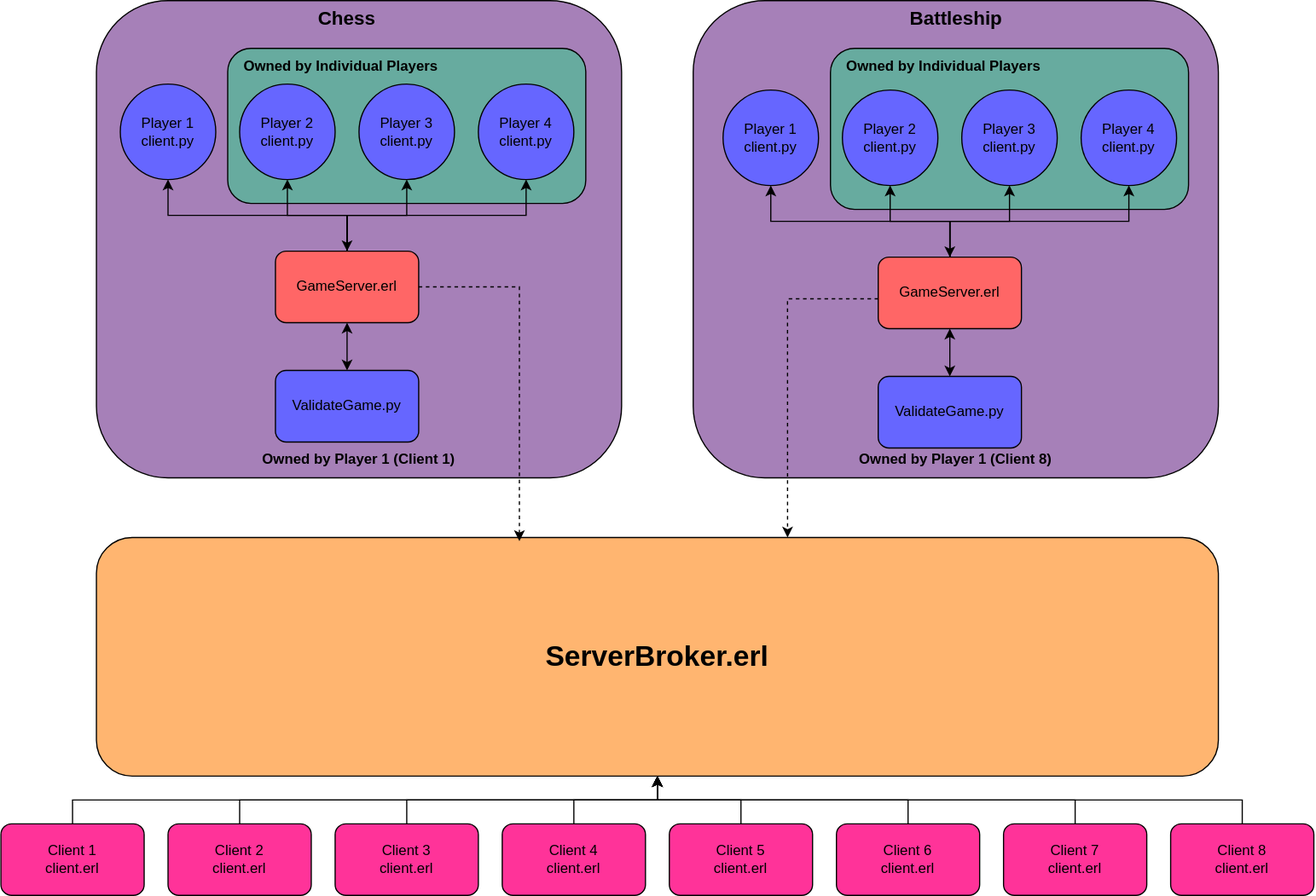
Before: topology/HalligameTopology.drawio.svg, a diagram exported from draw.io (cole-glotfelty/Halligame). Source tidied: cells renumbered, new cells last; positions are measured from the earlier drawing's top-left corner, leaving out a move shared by most shapes.
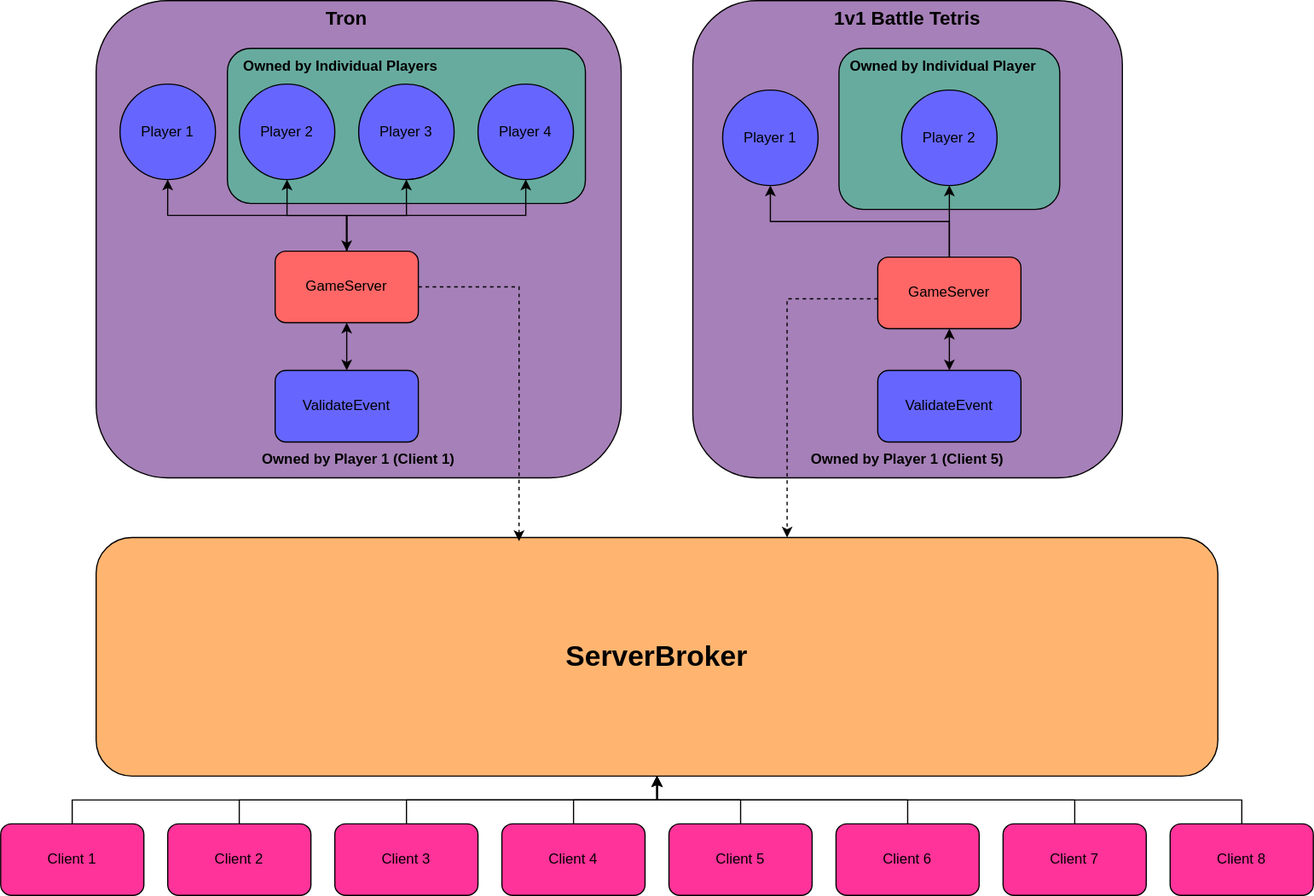
Later version of the same file.

Commit message:
class diagrams

Diff of the diagram source:
```diff
@@ -3,7 +3,7 @@
     <mxCell id="0" />
     <mxCell id="1" parent="0" />
     <mxCell id="2" style="rounded=1;whiteSpace=wrap;html=1;fillColor=#A680B8;" parent="1" vertex="1">
-      <mxGeometry x="580" width="440" height="400" as="geometry" />
+      <mxGeometry x="580" width="360" height="400" as="geometry" />
     </mxCell>
     <mxCell id="3" style="rounded=1;whiteSpace=wrap;html=1;fillColor=#A680B8;align=center;" parent="1" vertex="1">
       <mxGeometry x="80" width="440" height="400" as="geometry" />
@@ -23,64 +23,52 @@
     <mxCell id="8" style="edgeStyle=orthogonalEdgeStyle;rounded=0;jettySize=auto;html=1;exitX=0.5;exitY=0;exitDx=0;exitDy=0;entryX=0.5;entryY=1;entryDx=0;entryDy=0;startArrow=classic;startFill=1;" parent="1" edge="1" source="9" target="15">
       <mxGeometry relative="1" as="geometry" />
     </mxCell>
-    <mxCell id="9" value="GameServer.erl" style="rounded=1;whiteSpace=wrap;html=1;fillColor=#FF6666;" parent="1" vertex="1">
+    <mxCell id="9" value="GameServer" style="rounded=1;whiteSpace=wrap;html=1;fillColor=#FF6666;" parent="1" vertex="1">
       <mxGeometry x="230" y="210" width="120" height="60" as="geometry" />
     </mxCell>
     <mxCell id="10" style="edgeStyle=orthogonalEdgeStyle;rounded=0;jettySize=auto;html=1;entryX=0.5;entryY=1;entryDx=0;entryDy=0;startArrow=classic;startFill=1;" parent="1" edge="1" source="11" target="9">
       <mxGeometry relative="1" as="geometry" />
     </mxCell>
-    <mxCell id="11" value="ValidateGame.py" style="rounded=1;whiteSpace=wrap;html=1;fillColor=#6666FF;" parent="1" vertex="1">
+    <mxCell id="11" value="ValidateEvent" style="rounded=1;whiteSpace=wrap;html=1;fillColor=#6666FF;" parent="1" vertex="1">
       <mxGeometry x="230" y="310" width="120" height="60" as="geometry" />
     </mxCell>
-    <mxCell id="12" value="Player 1&lt;div&gt;client.py&lt;/div&gt;" style="ellipse;whiteSpace=wrap;html=1;fillColor=#6666FF;" parent="1" vertex="1">
+    <mxCell id="12" value="Player 1" style="ellipse;whiteSpace=wrap;html=1;fillColor=#6666FF;" parent="1" vertex="1">
       <mxGeometry x="100" y="70" width="80" height="80" as="geometry" />
     </mxCell>
-    <mxCell id="13" value="Player 2&lt;div&gt;client.py&lt;/div&gt;" style="ellipse;whiteSpace=wrap;html=1;fillColor=#6666FF;" parent="1" vertex="1">
+    <mxCell id="13" value="Player 2" style="ellipse;whiteSpace=wrap;html=1;fillColor=#6666FF;" parent="1" vertex="1">
       <mxGeometry x="200" y="70" width="80" height="80" as="geometry" />
     </mxCell>
-    <mxCell id="14" value="Player 3&lt;div&gt;client.py&lt;/div&gt;" style="ellipse;whiteSpace=wrap;html=1;fillColor=#6666FF;" parent="1" vertex="1">
+    <mxCell id="14" value="Player 3" style="ellipse;whiteSpace=wrap;html=1;fillColor=#6666FF;" parent="1" vertex="1">
       <mxGeometry x="300" y="70" width="80" height="80" as="geometry" />
     </mxCell>
-    <mxCell id="15" value="Player 4&lt;div&gt;client.py&lt;/div&gt;" style="ellipse;whiteSpace=wrap;html=1;fillColor=#6666FF;" parent="1" vertex="1">
+    <mxCell id="15" value="Player 4" style="ellipse;whiteSpace=wrap;html=1;fillColor=#6666FF;" parent="1" vertex="1">
       <mxGeometry x="400" y="70" width="80" height="80" as="geometry" />
     </mxCell>
     <mxCell id="16" style="rounded=1;whiteSpace=wrap;html=1;fillColor=#67AB9F;" parent="1" vertex="1">
-      <mxGeometry x="695" y="40" width="300" height="135" as="geometry" />
+      <mxGeometry x="702.5" y="40" width="185" height="135" as="geometry" />
     </mxCell>
-    <mxCell id="17" style="edgeStyle=orthogonalEdgeStyle;rounded=0;jettySize=auto;html=1;entryX=0.5;entryY=1;entryDx=0;entryDy=0;" parent="1" edge="1" source="21" target="26">
-      <mxGeometry relative="1" as="geometry" />
-    </mxCell>
     <mxCell id="18" style="edgeStyle=orthogonalEdgeStyle;rounded=0;jettySize=auto;html=1;entryX=0.5;entryY=1;entryDx=0;entryDy=0;" parent="1" edge="1" source="21" target="25">
       <mxGeometry relative="1" as="geometry" />
     </mxCell>
     <mxCell id="19" style="edgeStyle=orthogonalEdgeStyle;rounded=0;jettySize=auto;html=1;exitX=0.5;exitY=0;exitDx=0;exitDy=0;entryX=0.5;entryY=1;entryDx=0;entryDy=0;" parent="1" edge="1" source="21" target="24">
       <mxGeometry relative="1" as="geometry" />
     </mxCell>
-    <mxCell id="20" style="edgeStyle=orthogonalEdgeStyle;rounded=0;jettySize=auto;html=1;exitX=0.5;exitY=0;exitDx=0;exitDy=0;entryX=0.5;entryY=1;entryDx=0;entryDy=0;startArrow=classic;startFill=1;" parent="1" edge="1" source="21" target="27">
-      <mxGeometry relative="1" as="geometry" />
-    </mxCell>
-    <mxCell id="21" value="GameServer.erl" style="rounded=1;whiteSpace=wrap;html=1;fillColor=#FF6666;" parent="1" vertex="1">
+    <mxCell id="21" value="GameServer" style="rounded=1;whiteSpace=wrap;html=1;fillColor=#FF6666;" parent="1" vertex="1">
       <mxGeometry x="735" y="215" width="120" height="60" as="geometry" />
     </mxCell>
     <mxCell id="22" style="edgeStyle=orthogonalEdgeStyle;rounded=0;jettySize=auto;html=1;entryX=0.5;entryY=1;entryDx=0;entryDy=0;startArrow=classic;startFill=1;" parent="1" edge="1" source="23" target="21">
       <mxGeometry relative="1" as="geometry" />
     </mxCell>
-    <mxCell id="23" value="ValidateGame.py" style="rounded=1;whiteSpace=wrap;html=1;fillColor=#6666FF;" parent="1" vertex="1">
-      <mxGeometry x="735" y="315" width="120" height="60" as="geometry" />
+    <mxCell id="23" value="ValidateEvent" style="rounded=1;whiteSpace=wrap;html=1;fillColor=#6666FF;" parent="1" vertex="1">
+      <mxGeometry x="735" y="310" width="120" height="60" as="geometry" />
     </mxCell>
-    <mxCell id="24" value="Player 1&lt;div&gt;client.py&lt;/div&gt;" style="ellipse;whiteSpace=wrap;html=1;fillColor=#6666FF;" parent="1" vertex="1">
+    <mxCell id="24" value="Player 1" style="ellipse;whiteSpace=wrap;html=1;fillColor=#6666FF;" parent="1" vertex="1">
       <mxGeometry x="605" y="75" width="80" height="80" as="geometry" />
     </mxCell>
-    <mxCell id="25" value="Player 2&lt;div&gt;client.py&lt;/div&gt;" style="ellipse;whiteSpace=wrap;html=1;fillColor=#6666FF;" parent="1" vertex="1">
-      <mxGeometry x="705" y="75" width="80" height="80" as="geometry" />
+    <mxCell id="25" value="Player 2" style="ellipse;whiteSpace=wrap;html=1;fillColor=#6666FF;" parent="1" vertex="1">
+      <mxGeometry x="755" y="75" width="80" height="80" as="geometry" />
     </mxCell>
-    <mxCell id="26" value="Player 3&lt;div&gt;client.py&lt;/div&gt;" style="ellipse;whiteSpace=wrap;html=1;fillColor=#6666FF;" parent="1" vertex="1">
-      <mxGeometry x="805" y="75" width="80" height="80" as="geometry" />
-    </mxCell>
-    <mxCell id="27" value="Player 4&lt;div&gt;client.py&lt;/div&gt;" style="ellipse;whiteSpace=wrap;html=1;fillColor=#6666FF;" parent="1" vertex="1">
-      <mxGeometry x="905" y="75" width="80" height="80" as="geometry" />
-    </mxCell>
-    <mxCell id="28" value="&lt;font style=&quot;font-size: 24px;&quot;&gt;&lt;b&gt;ServerBroker.erl&lt;/b&gt;&lt;/font&gt;" style="rounded=1;whiteSpace=wrap;html=1;fillColor=#FFB570;" parent="1" vertex="1">
+    <mxCell id="28" value="&lt;font style=&quot;font-size: 24px;&quot;&gt;&lt;b&gt;ServerBroker&lt;/b&gt;&lt;/font&gt;" style="rounded=1;whiteSpace=wrap;html=1;fillColor=#FFB570;" parent="1" vertex="1">
       <mxGeometry x="80" y="450" width="940" height="200" as="geometry" />
     </mxCell>
     <mxCell id="29" style="edgeStyle=orthogonalEdgeStyle;rounded=0;jettySize=auto;html=1;entryX=0.616;entryY=0;entryDx=0;entryDy=0;entryPerimeter=0;dashed=1;" parent="1" edge="1" source="21" target="28">
@@ -100,68 +88,68 @@
     <mxCell id="31" style="edgeStyle=orthogonalEdgeStyle;rounded=0;jettySize=auto;html=1;" parent="1" edge="1" source="32" target="28">
       <mxGeometry relative="1" as="geometry" />
     </mxCell>
-    <mxCell id="32" value="Client 1&lt;div&gt;client.erl&lt;/div&gt;" style="rounded=1;whiteSpace=wrap;html=1;fillColor=#FF3399;" parent="1" vertex="1">
+    <mxCell id="32" value="Client 1" style="rounded=1;whiteSpace=wrap;html=1;fillColor=#FF3399;" parent="1" vertex="1">
       <mxGeometry y="690" width="120" height="60" as="geometry" />
     </mxCell>
     <mxCell id="33" style="edgeStyle=orthogonalEdgeStyle;rounded=0;jettySize=auto;html=1;entryX=0.5;entryY=1;entryDx=0;entryDy=0;" parent="1" edge="1" source="34" target="28">
       <mxGeometry relative="1" as="geometry" />
     </mxCell>
-    <mxCell id="34" value="Client 2&lt;div&gt;client.erl&lt;/div&gt;" style="rounded=1;whiteSpace=wrap;html=1;fillColor=#FF3399;" parent="1" vertex="1">
+    <mxCell id="34" value="Client 2" style="rounded=1;whiteSpace=wrap;html=1;fillColor=#FF3399;" parent="1" vertex="1">
       <mxGeometry x="140" y="690" width="120" height="60" as="geometry" />
     </mxCell>
     <mxCell id="35" style="edgeStyle=orthogonalEdgeStyle;rounded=0;jettySize=auto;html=1;entryX=0.5;entryY=1;entryDx=0;entryDy=0;" parent="1" edge="1" source="36" target="28">
       <mxGeometry relative="1" as="geometry" />
     </mxCell>
-    <mxCell id="36" value="Client 3&lt;div&gt;client.erl&lt;/div&gt;" style="rounded=1;whiteSpace=wrap;html=1;fillColor=#FF3399;" parent="1" vertex="1">
+    <mxCell id="36" value="Client 3" style="rounded=1;whiteSpace=wrap;html=1;fillColor=#FF3399;" parent="1" vertex="1">
       <mxGeometry x="280" y="690" width="120" height="60" as="geometry" />
     </mxCell>
     <mxCell id="37" style="edgeStyle=orthogonalEdgeStyle;rounded=0;jettySize=auto;html=1;entryX=0.5;entryY=1;entryDx=0;entryDy=0;" parent="1" edge="1" source="38" target="28">
       <mxGeometry relative="1" as="geometry" />
     </mxCell>
-    <mxCell id="38" value="Client 4&lt;div&gt;client.erl&lt;/div&gt;" style="rounded=1;whiteSpace=wrap;html=1;fillColor=#FF3399;" parent="1" vertex="1">
+    <mxCell id="38" value="Client 4" style="rounded=1;whiteSpace=wrap;html=1;fillColor=#FF3399;" parent="1" vertex="1">
       <mxGeometry x="420" y="690" width="120" height="60" as="geometry" />
     </mxCell>
     <mxCell id="39" style="edgeStyle=orthogonalEdgeStyle;rounded=0;jettySize=auto;html=1;entryX=0.5;entryY=1;entryDx=0;entryDy=0;" parent="1" edge="1" source="40" target="28">
       <mxGeometry relative="1" as="geometry" />
     </mxCell>
-    <mxCell id="40" value="Client 5&lt;div&gt;client.erl&lt;/div&gt;" style="rounded=1;whiteSpace=wrap;html=1;fillColor=#FF3399;" parent="1" vertex="1">
+    <mxCell id="40" value="Client 5" style="rounded=1;whiteSpace=wrap;html=1;fillColor=#FF3399;" parent="1" vertex="1">
       <mxGeometry x="560" y="690" width="120" height="60" as="geometry" />
     </mxCell>
     <mxCell id="41" style="edgeStyle=orthogonalEdgeStyle;rounded=0;jettySize=auto;html=1;entryX=0.5;entryY=1;entryDx=0;entryDy=0;" parent="1" edge="1" source="42" target="28">
       <mxGeometry relative="1" as="geometry" />
     </mxCell>
-    <mxCell id="42" value="Client 6&lt;div&gt;client.erl&lt;/div&gt;" style="rounded=1;whiteSpace=wrap;html=1;fillColor=#FF3399;" parent="1" vertex="1">
+    <mxCell id="42" value="Client 6" style="rounded=1;whiteSpace=wrap;html=1;fillColor=#FF3399;" parent="1" vertex="1">
       <mxGeometry x="700" y="690" width="120" height="60" as="geometry" />
     </mxCell>
     <mxCell id="43" style="edgeStyle=orthogonalEdgeStyle;rounded=0;jettySize=auto;html=1;entryX=0.5;entryY=1;entryDx=0;entryDy=0;" parent="1" edge="1" source="44" target="28">
       <mxGeometry relative="1" as="geometry" />
     </mxCell>
-    <mxCell id="44" value="Client 7&lt;div&gt;client.erl&lt;/div&gt;" style="rounded=1;whiteSpace=wrap;html=1;fillColor=#FF3399;" parent="1" vertex="1">
+    <mxCell id="44" value="Client 7" style="rounded=1;whiteSpace=wrap;html=1;fillColor=#FF3399;" parent="1" vertex="1">
       <mxGeometry x="840" y="690" width="120" height="60" as="geometry" />
     </mxCell>
     <mxCell id="45" style="edgeStyle=orthogonalEdgeStyle;rounded=0;jettySize=auto;html=1;entryX=0.5;entryY=1;entryDx=0;entryDy=0;" parent="1" edge="1" source="46" target="28">
       <mxGeometry relative="1" as="geometry" />
     </mxCell>
-    <mxCell id="46" value="Client 8&lt;div&gt;client.erl&lt;/div&gt;" style="rounded=1;whiteSpace=wrap;html=1;fillColor=#FF3399;" parent="1" vertex="1">
+    <mxCell id="46" value="Client 8" style="rounded=1;whiteSpace=wrap;html=1;fillColor=#FF3399;" parent="1" vertex="1">
       <mxGeometry x="980" y="690" width="120" height="60" as="geometry" />
     </mxCell>
     <mxCell id="47" value="&lt;b&gt;Owned by Player 1 (Client 1)&lt;/b&gt;" style="text;html=1;align=center;verticalAlign=middle;whiteSpace=wrap;rounded=0;" parent="1" vertex="1">
       <mxGeometry x="195" y="370" width="210" height="30" as="geometry" />
     </mxCell>
-    <mxCell id="48" value="&lt;b&gt;Owned by Player 1&amp;nbsp;&lt;/b&gt;&lt;b style=&quot;background-color: transparent; color: light-dark(rgb(0, 0, 0), rgb(255, 255, 255));&quot;&gt;(Client 8)&lt;/b&gt;" style="text;html=1;align=center;verticalAlign=middle;whiteSpace=wrap;rounded=0;" parent="1" vertex="1">
-      <mxGeometry x="695" y="370" width="210" height="30" as="geometry" />
+    <mxCell id="48" value="&lt;b&gt;Owned by Player 1&amp;nbsp;&lt;/b&gt;&lt;b style=&quot;background-color: transparent; color: light-dark(rgb(0, 0, 0), rgb(255, 255, 255));&quot;&gt;(Client 5)&lt;/b&gt;" style="text;html=1;align=center;verticalAlign=middle;whiteSpace=wrap;rounded=0;" parent="1" vertex="1">
+      <mxGeometry x="655" y="370" width="210" height="30" as="geometry" />
     </mxCell>
     <mxCell id="49" value="&lt;b&gt;Owned by Individual Players&lt;/b&gt;" style="text;html=1;align=center;verticalAlign=middle;whiteSpace=wrap;rounded=0;" parent="1" vertex="1">
       <mxGeometry x="190" y="40" width="190" height="30" as="geometry" />
     </mxCell>
-    <mxCell id="50" value="&lt;b&gt;Owned by Individual Players&lt;/b&gt;" style="text;html=1;align=center;verticalAlign=middle;whiteSpace=wrap;rounded=0;" parent="1" vertex="1">
+    <mxCell id="50" value="&lt;b&gt;Owned by Individual Player&lt;/b&gt;" style="text;html=1;align=center;verticalAlign=middle;whiteSpace=wrap;rounded=0;" parent="1" vertex="1">
       <mxGeometry x="695" y="40" width="190" height="30" as="geometry" />
     </mxCell>
-    <mxCell id="51" value="&lt;b&gt;&lt;font style=&quot;font-size: 16px;&quot;&gt;Chess&lt;/font&gt;&lt;/b&gt;" style="text;html=1;align=center;verticalAlign=middle;whiteSpace=wrap;rounded=0;" parent="1" vertex="1">
+    <mxCell id="51" value="&lt;b&gt;&lt;font style=&quot;font-size: 16px;&quot;&gt;Tron&lt;/font&gt;&lt;/b&gt;" style="text;html=1;align=center;verticalAlign=middle;whiteSpace=wrap;rounded=0;" parent="1" vertex="1">
       <mxGeometry x="260" width="60" height="30" as="geometry" />
     </mxCell>
-    <mxCell id="52" value="&lt;b&gt;&lt;font style=&quot;font-size: 16px;&quot;&gt;Battleship&lt;/font&gt;&lt;/b&gt;" style="text;html=1;align=center;verticalAlign=middle;whiteSpace=wrap;rounded=0;" parent="1" vertex="1">
-      <mxGeometry x="752.5" width="95" height="30" as="geometry" />
+    <mxCell id="52" value="&lt;b&gt;&lt;font style=&quot;font-size: 16px;&quot;&gt;1v1 Battle Tetris&lt;/font&gt;&lt;/b&gt;" style="text;html=1;align=center;verticalAlign=middle;whiteSpace=wrap;rounded=0;" parent="1" vertex="1">
+      <mxGeometry x="671.2" width="177.5" height="30" as="geometry" />
     </mxCell>
   </root>
 </mxGraphModel>
```
